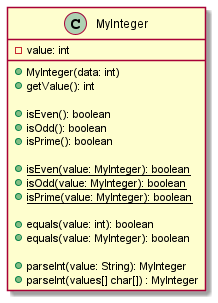
The PlantUML diagram Introduction_to_Java_Programming/src/main/java/chapter10/exercise/exercise10_03/MyIntegerDiagram.png in emaphis/Introduction_to_Java_Programming, before a commit.
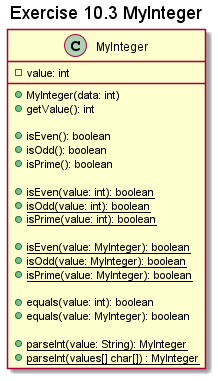
The same diagram one commit later.

Diff of the diagram source:
```diff
@@ -1,4 +1,5 @@
-@startuml
+@startuml exercise10.3
+title Exercise 10.3 MyInteger
 class MyInteger {
     -value: int
 
@@ -9,6 +10,10 @@
     +isOdd(): boolean
     +isPrime(): boolean
 
+    +{static} isEven(value: int): boolean
+    +{static} isOdd(value: int): boolean
+    +{static} isPrime(value: int): boolean
+
     +{static} isEven(value: MyInteger): boolean
     +{static} isOdd(value: MyInteger): boolean
     +{static} isPrime(value: MyInteger): boolean
@@ -16,7 +21,7 @@
     +equals(value: int): boolean
     +equals(value: MyInteger): boolean
 
-    +parseInt(value: String): MyInteger
-    +parseInt(values[] char[]) : MyInteger
+    +{static}parseInt(value: String): MyInteger
+    +{static}parseInt(values[] char[]) : MyInteger
 }
 @enduml
```
